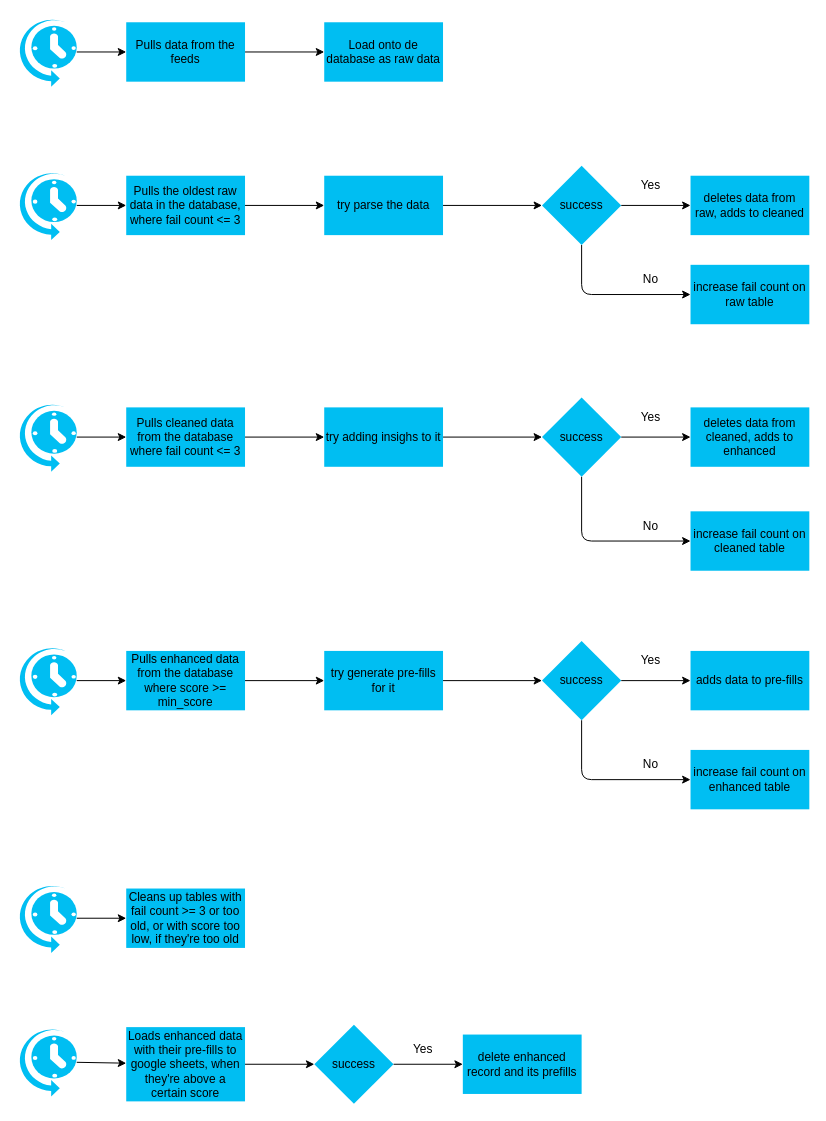
joao-mbn/jobhunt keeps this draw.io diagram as system-design.drawio. Above is the earlier version. Source tidied: cells renumbered, new cells numbered last; positions are measured from the earlier drawing's top-left corner, leaving out a move shared by most shapes. Both pictures are drawn from the tidied source at 99%, with x=0, y=0 at pixel (17, 17).
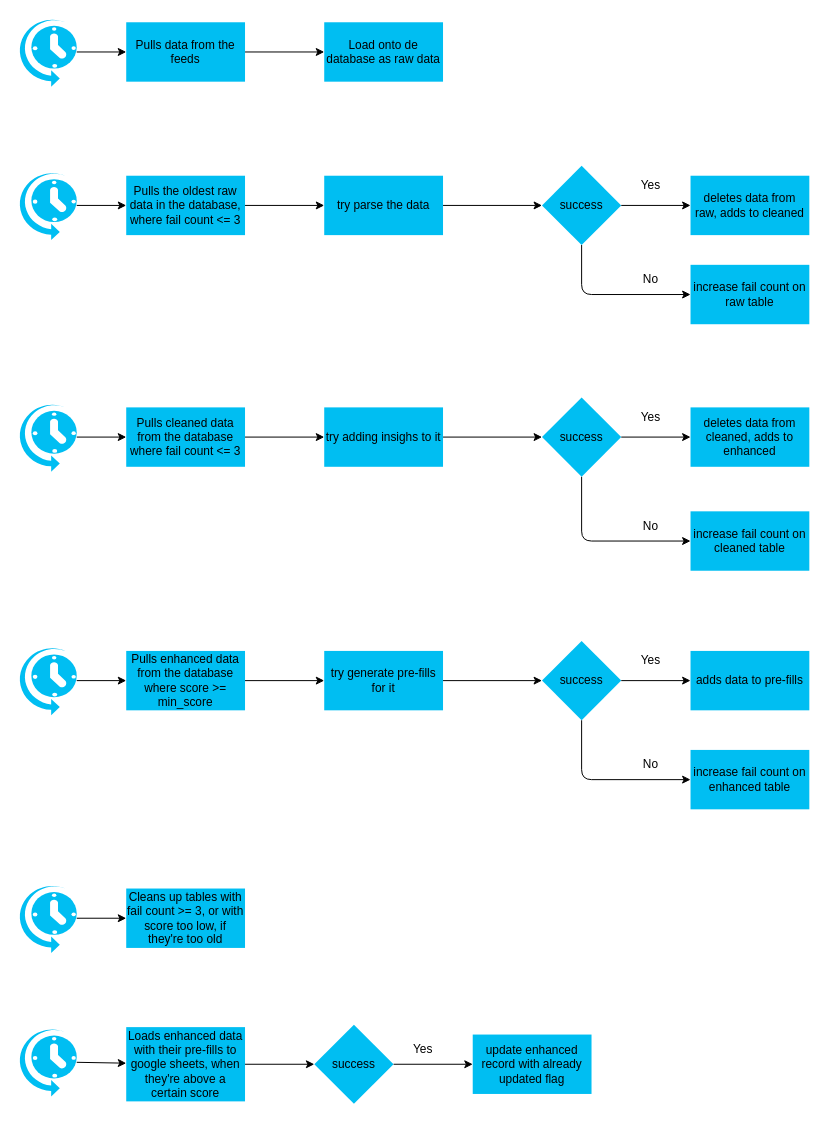
The same diagram, later.

Change to the diagram source:
```diff
@@
-    <mxCell id="42" value="Cleans up tables with fail count &amp;gt;= 3 or too old, or with score too low, if they're too old" style="whiteSpace=wrap;html=1;verticalAlign=middle;fillColor=#00BEF2;strokeColor=none;" parent="1" vertex="1">
+    <mxCell id="42" value="Cleans up tables with fail count &amp;gt;= 3, or with score too low, if they're too old" style="whiteSpace=wrap;html=1;verticalAlign=middle;fillColor=#00BEF2;strokeColor=none;" parent="1" vertex="1">
       <mxGeometry x="110" y="880" width="120" height="60" as="geometry" />
     </mxCell>
@@
-    <mxCell id="47" value="delete enhanced record and its prefills" style="whiteSpace=wrap;html=1;fillColor=#00BEF2;strokeColor=none;" parent="1" vertex="1">
-      <mxGeometry x="450" y="1027.5" width="120" height="60" as="geometry" />
+    <mxCell id="47" value="update enhanced record with already updated flag" style="whiteSpace=wrap;html=1;fillColor=#00BEF2;strokeColor=none;" parent="1" vertex="1">
+      <mxGeometry x="460" y="1027.5" width="120" height="60" as="geometry" />
     </mxCell>
```
